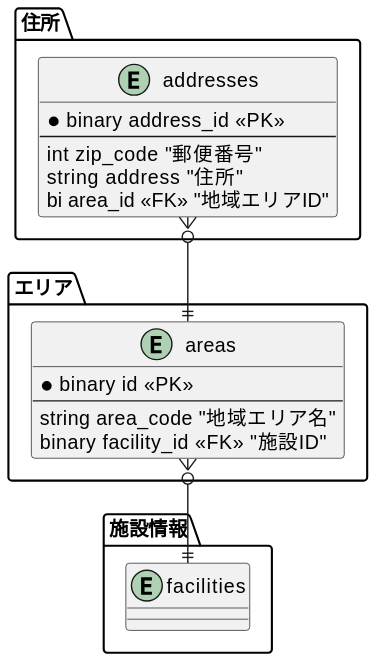
This is diagrams-svg/ER/tables/addresses.svg from Fukuemon/buddy_design_docs, a PlantUML export, as it was before one commit.
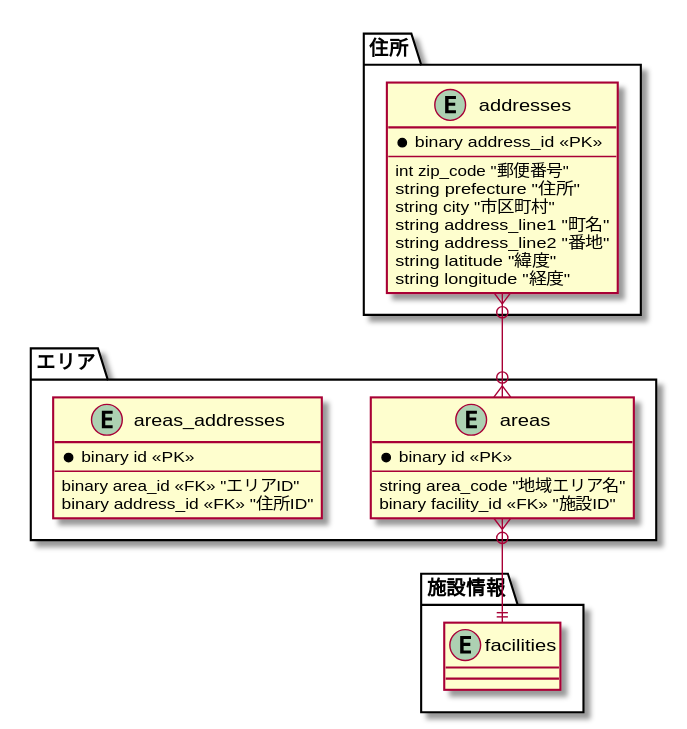
The same file after the commit.

What changed in the source:
```diff
@@ -1,4 +1,4 @@
-@startuml
+@startuml entity-relationship-diagram
 skinparam linetype ortho
 
 package 施設情報 {
@@ -10,8 +10,12 @@
     * binary address_id <<PK>>
     --
     int zip_code "郵便番号"
-    string address "住所"
-    bi area_id <<FK>> "地域エリアID"
+    string prefecture "住所"
+    string city "市区町村"
+    string address_line1 "町名"
+    string address_line2 "番地"
+    string latitude "緯度"
+    string longitude "経度"
   }
 }
 
@@ -22,8 +26,17 @@
     string area_code "地域エリア名"
     binary facility_id <<FK>> "施設ID"
   }
+
+  entity areas_addresses {
+    * binary id <<PK>>
+    --
+    binary area_id <<FK>> "エリアID"
+    binary address_id <<FK>> "住所ID"
+  }
 }
 
-addresses }o--|| areas
+addresses }o--o{ areas
 areas }o--|| facilities
+
+
 @enduml
```
